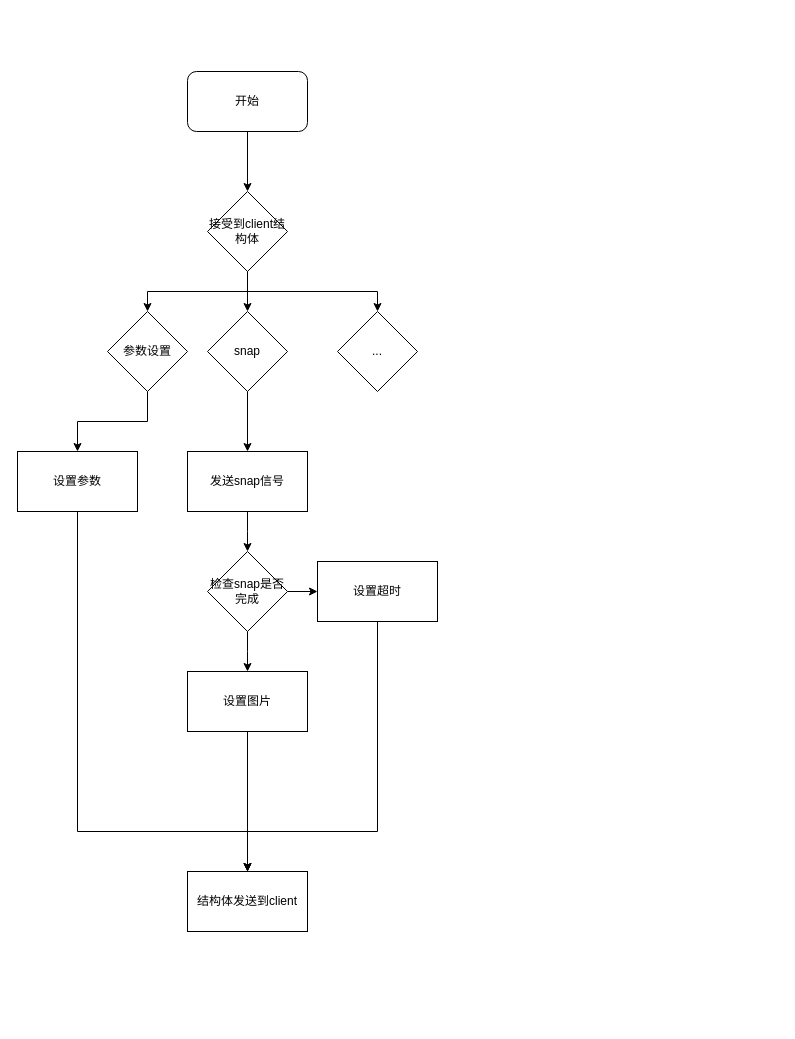
The draw.io diagram cam_server.drawio in eziohzy/FlowChartRepository, before the edit. Source tidied: cells renumbered, new cells numbered last; positions are measured from the earlier drawing's top-left corner, leaving out a move shared by most shapes. Both pictures are drawn from the tidied source at 100%, with x=0, y=0 at pixel (17, 71).
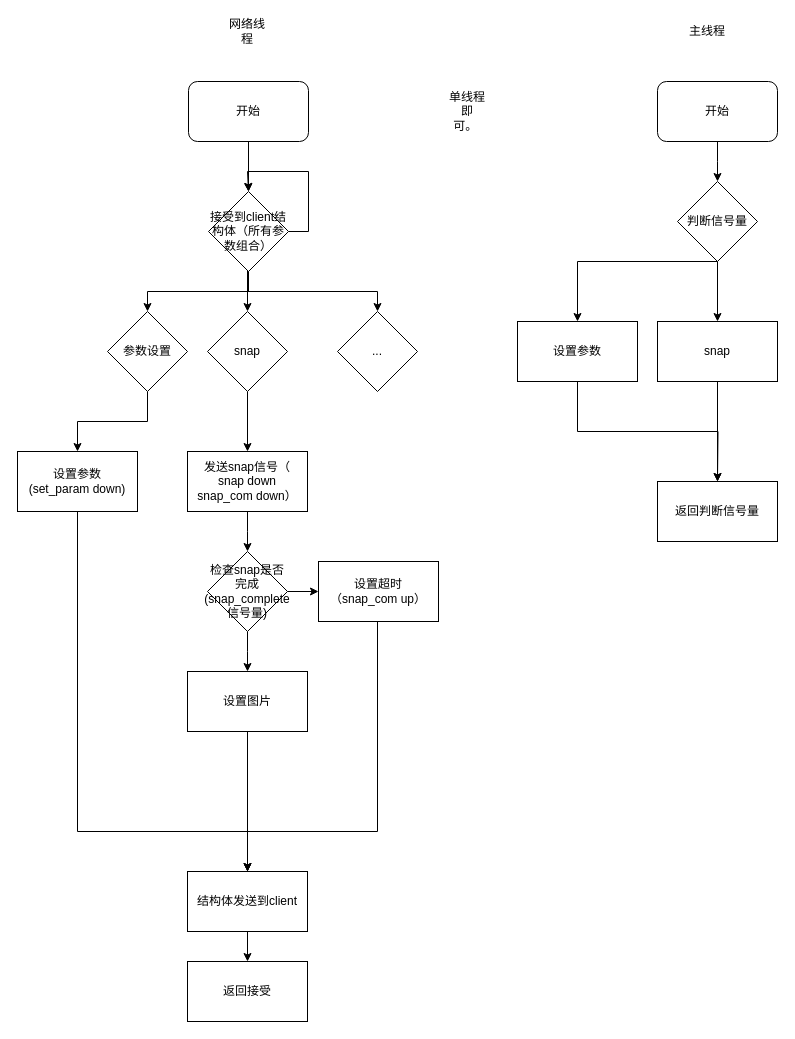
After the change.

The change refers to these unchanged cells:
```xml
<mxCell id="24" value="结构体发送到client" style="rounded=0;whiteSpace=wrap;html=1;" parent="1" vertex="1">
  <mxGeometry x="170" y="800" width="120" height="60" as="geometry" />
</mxCell>
```

Change to the diagram source:
```diff
@@
     <mxCell id="3" value="开始" style="rounded=1;whiteSpace=wrap;html=1;" parent="1" vertex="1">
-      <mxGeometry x="170" width="120" height="60" as="geometry" />
+      <mxGeometry x="171" y="10" width="120" height="60" as="geometry" />
     </mxCell>
@@
+    <mxCell id="25" style="edgeStyle=orthogonalEdgeStyle;rounded=0;orthogonalLoop=1;jettySize=auto;html=1;exitX=1;exitY=0.5;exitDx=0;exitDy=0;entryX=0.5;entryY=0;entryDx=0;entryDy=0;" parent="1" edge="1" source="7" target="7">
+      <mxGeometry relative="1" as="geometry">
+        <Array as="points">
+          <mxPoint x="291" y="160" />
+          <mxPoint x="291" y="100" />
+          <mxPoint x="230" y="100" />
+        </Array>
+      </mxGeometry>
+    </mxCell>
-    <mxCell id="7" value="接受到client结构体" style="rhombus;whiteSpace=wrap;html=1;" parent="1" vertex="1">
-      <mxGeometry x="190" y="120" width="80" height="80" as="geometry" />
+    <mxCell id="7" value="接受到client结构体（所有参数组合）" style="rhombus;whiteSpace=wrap;html=1;" parent="1" vertex="1">
+      <mxGeometry x="191" y="120" width="80" height="80" as="geometry" />
     </mxCell>
@@
-    <mxCell id="14" value="设置参数" style="rounded=0;whiteSpace=wrap;html=1;" parent="1" vertex="1">
+    <mxCell id="14" value="设置参数&lt;br&gt;(set_param down)" style="rounded=0;whiteSpace=wrap;html=1;" parent="1" vertex="1">
       <mxGeometry y="380" width="120" height="60" as="geometry" />
     </mxCell>
@@
-    <mxCell id="16" value="发送snap信号" style="rounded=0;whiteSpace=wrap;html=1;" parent="1" vertex="1">
+    <mxCell id="16" value="发送snap信号（&lt;br&gt;snap down&lt;br&gt;snap_com down）" style="rounded=0;whiteSpace=wrap;html=1;" parent="1" vertex="1">
       <mxGeometry x="170" y="380" width="120" height="60" as="geometry" />
     </mxCell>
@@
-    <mxCell id="19" value="检查snap是否完成" style="rhombus;whiteSpace=wrap;html=1;" parent="1" vertex="1">
+    <mxCell id="19" value="检查snap是否完成(snap_complete信号量)" style="rhombus;whiteSpace=wrap;html=1;" parent="1" vertex="1">
       <mxGeometry x="190" y="480" width="80" height="80" as="geometry" />
     </mxCell>
@@
-    <mxCell id="23" value="设置超时" style="rounded=0;whiteSpace=wrap;html=1;" parent="1" vertex="1">
-      <mxGeometry x="300" y="490" width="120" height="60" as="geometry" />
+    <mxCell id="23" value="设置超时&lt;br&gt;（snap_com up）" style="rounded=0;whiteSpace=wrap;html=1;" parent="1" vertex="1">
+      <mxGeometry x="301" y="490" width="120" height="60" as="geometry" />
     </mxCell>
+    <mxCell id="26" style="edgeStyle=orthogonalEdgeStyle;rounded=0;jettySize=auto;html=1;exitX=0.5;exitY=1;exitDx=0;exitDy=0;" parent="1" edge="1" source="24">
+      <mxGeometry relative="1" as="geometry">
+        <mxPoint x="230" y="890" as="targetPoint" />
+      </mxGeometry>
+    </mxCell>
@@
+    <mxCell id="27" value="网络线程" style="text;html=1;strokeColor=none;fillColor=none;align=center;verticalAlign=middle;whiteSpace=wrap;rounded=0;" parent="1" vertex="1">
+      <mxGeometry x="210" y="-50" width="40" height="20" as="geometry" />
+    </mxCell>
+    <mxCell id="28" value="返回接受" style="rounded=0;whiteSpace=wrap;html=1;" parent="1" vertex="1">
+      <mxGeometry x="170" y="890" width="120" height="60" as="geometry" />
+    </mxCell>
+    <mxCell id="29" value="主线程" style="text;html=1;strokeColor=none;fillColor=none;align=center;verticalAlign=middle;whiteSpace=wrap;rounded=0;" parent="1" vertex="1">
+      <mxGeometry x="670" y="-50" width="40" height="20" as="geometry" />
+    </mxCell>
+    <mxCell id="30" style="edgeStyle=orthogonalEdgeStyle;rounded=0;jettySize=auto;html=1;" parent="1" edge="1" source="31">
+      <mxGeometry relative="1" as="geometry">
+        <mxPoint x="700" y="110" as="targetPoint" />
+      </mxGeometry>
+    </mxCell>
+    <mxCell id="31" value="开始" style="rounded=1;whiteSpace=wrap;html=1;" parent="1" vertex="1">
+      <mxGeometry x="640" y="10" width="120" height="60" as="geometry" />
+    </mxCell>
+    <mxCell id="32" style="edgeStyle=orthogonalEdgeStyle;rounded=0;jettySize=auto;html=1;" parent="1" edge="1" source="34" target="36">
+      <mxGeometry relative="1" as="geometry">
+        <Array as="points">
+          <mxPoint x="560" y="190" />
+        </Array>
+      </mxGeometry>
+    </mxCell>
+    <mxCell id="33" style="edgeStyle=orthogonalEdgeStyle;rounded=0;jettySize=auto;html=1;entryX=0.5;entryY=0;entryDx=0;entryDy=0;" parent="1" edge="1" source="34" target="38">
+      <mxGeometry relative="1" as="geometry" />
+    </mxCell>
+    <mxCell id="34" value="判断信号量" style="rhombus;whiteSpace=wrap;html=1;" parent="1" vertex="1">
+      <mxGeometry x="660" y="110" width="80" height="80" as="geometry" />
+    </mxCell>
+    <mxCell id="35" style="edgeStyle=orthogonalEdgeStyle;rounded=0;jettySize=auto;html=1;exitX=0.5;exitY=1;exitDx=0;exitDy=0;" parent="1" edge="1" source="36">
+      <mxGeometry relative="1" as="geometry">
+        <mxPoint x="700" y="410" as="targetPoint" />
+      </mxGeometry>
+    </mxCell>
+    <mxCell id="36" value="设置参数" style="rounded=0;whiteSpace=wrap;html=1;" parent="1" vertex="1">
+      <mxGeometry x="500" y="250" width="120" height="60" as="geometry" />
+    </mxCell>
+    <mxCell id="37" style="edgeStyle=orthogonalEdgeStyle;rounded=0;jettySize=auto;html=1;" parent="1" edge="1" source="38">
+      <mxGeometry relative="1" as="geometry">
+        <mxPoint x="700" y="410" as="targetPoint" />
+      </mxGeometry>
+    </mxCell>
+    <mxCell id="38" value="snap" style="rounded=0;whiteSpace=wrap;html=1;" parent="1" vertex="1">
+      <mxGeometry x="640" y="250" width="120" height="60" as="geometry" />
+    </mxCell>
+    <mxCell id="39" value="返回判断信号量" style="rounded=0;whiteSpace=wrap;html=1;" parent="1" vertex="1">
+      <mxGeometry x="640" y="410" width="120" height="60" as="geometry" />
+    </mxCell>
+    <mxCell id="40" value="单线程即可。&amp;nbsp;" style="text;html=1;strokeColor=none;fillColor=none;align=center;verticalAlign=middle;whiteSpace=wrap;rounded=0;" parent="1" vertex="1">
+      <mxGeometry x="430" y="30" width="40" height="20" as="geometry" />
+    </mxCell>
```
